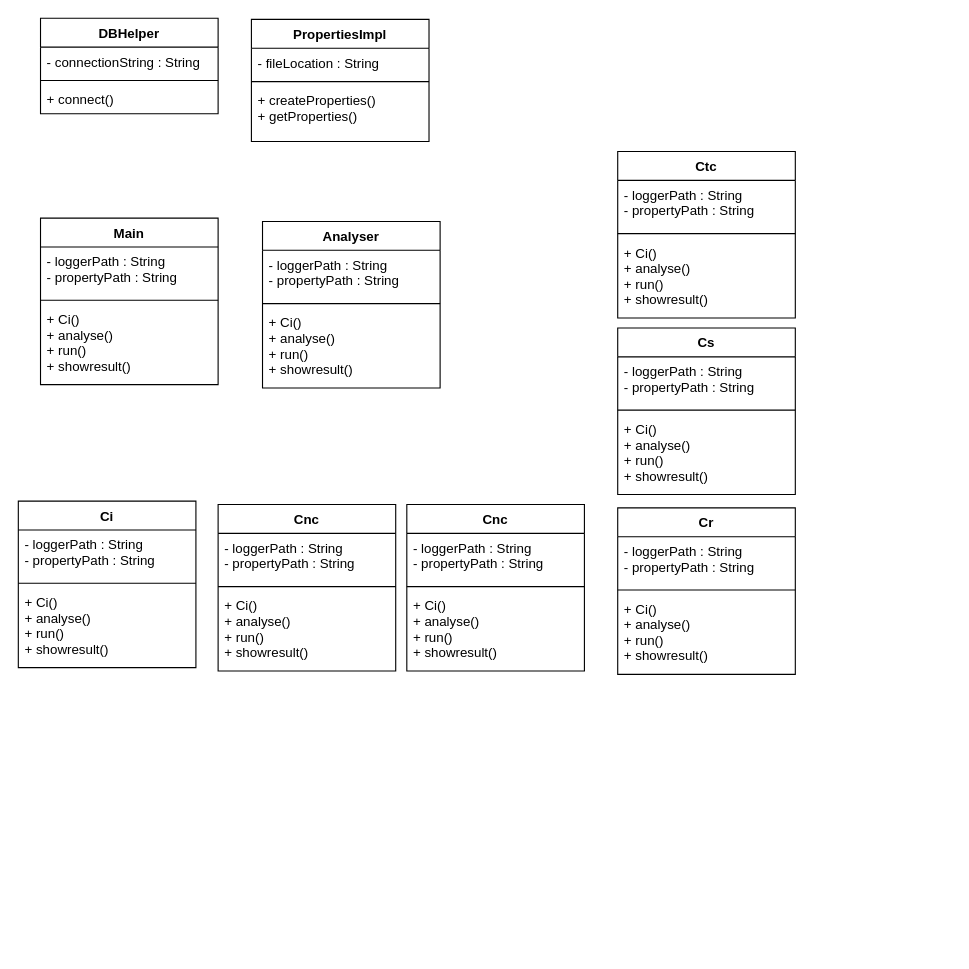
vihangasankalpa220/Complexity-Measuring-Tool keeps this draw.io diagram as documentation/class.drawio. Above is the earlier version. Source tidied: cells renumbered, new cells numbered last; positions are measured from the earlier drawing's top-left corner, leaving out a move shared by most shapes. Both pictures are drawn from the tidied source at 111%, with x=0, y=0 at pixel (18, 18).
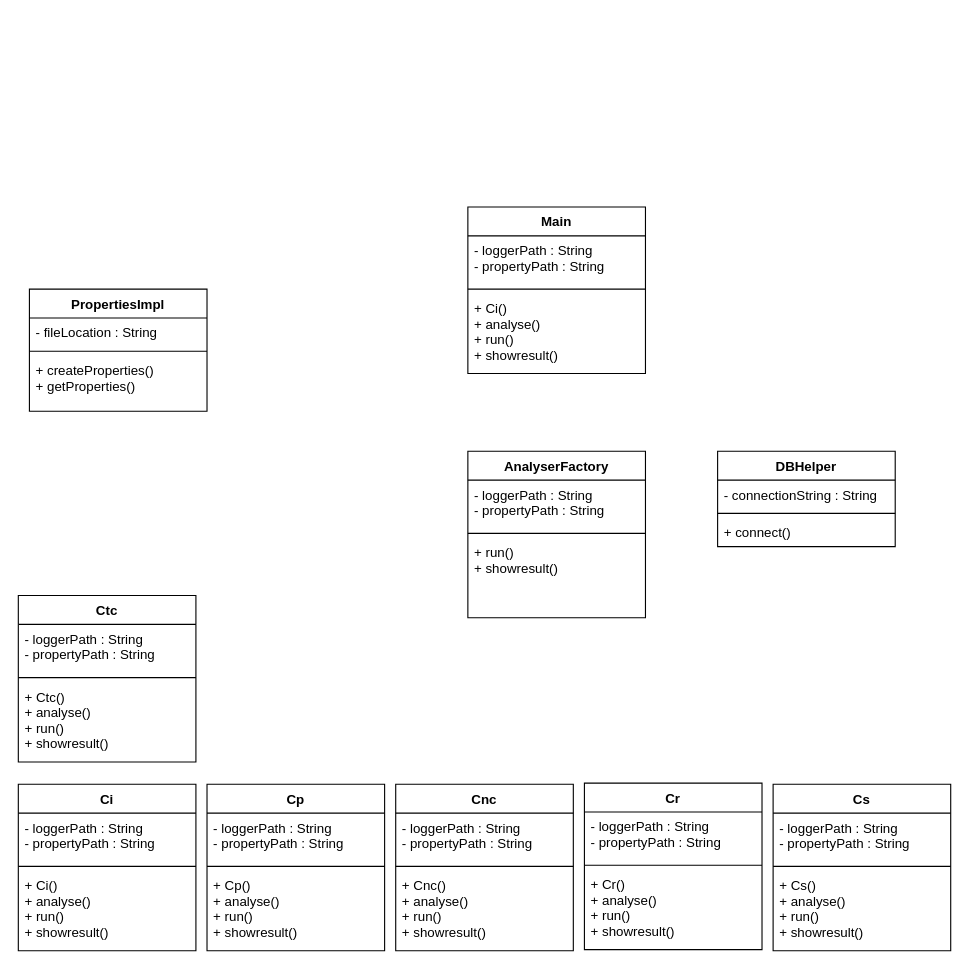
After the change.

What changed in the source:
```diff
@@
     <mxCell id="2" value="DBHelper" style="swimlane;fontStyle=1;align=center;verticalAlign=top;horizontal=1;startSize=26;" parent="1" vertex="1">
-      <mxGeometry x="20" width="160" height="86" as="geometry" />
+      <mxGeometry x="630" y="390" width="160" height="86" as="geometry" />
     </mxCell>
@@
     <mxCell id="6" value="PropertiesImpl" style="swimlane;fontStyle=1;align=center;verticalAlign=top;horizontal=1;startSize=26;" parent="1" vertex="1">
-      <mxGeometry x="210" y="1" width="160" height="110" as="geometry" />
+      <mxGeometry x="10" y="244" width="160" height="110" as="geometry" />
     </mxCell>
@@
     <mxCell id="10" value="Ci" style="swimlane;fontStyle=1;align=center;verticalAlign=top;horizontal=1;startSize=26;" parent="1" vertex="1">
-      <mxGeometry y="435" width="160" height="150" as="geometry" />
+      <mxGeometry y="690" width="160" height="150" as="geometry" />
     </mxCell>
@@
-    <mxCell id="14" value="Cnc" style="swimlane;fontStyle=1;align=center;verticalAlign=top;horizontal=1;startSize=26;" parent="1" vertex="1">
-      <mxGeometry x="180" y="438" width="160" height="150" as="geometry" />
+    <mxCell id="14" value="Cp" style="swimlane;fontStyle=1;align=center;verticalAlign=top;horizontal=1;startSize=26;" parent="1" vertex="1">
+      <mxGeometry x="170" y="690" width="160" height="150" as="geometry" />
     </mxCell>
@@
-    <mxCell id="17" value="+ Ci()&#10;+ analyse()&#10;+ run()&#10;+ showresult()" style="text;strokeColor=none;fillColor=none;align=left;verticalAlign=top;spacingLeft=4;spacingRight=4;overflow=hidden;" parent="14" vertex="1">
+    <mxCell id="17" value="+ Cp()&#10;+ analyse()&#10;+ run()&#10;+ showresult()" style="text;strokeColor=none;fillColor=none;align=left;verticalAlign=top;spacingLeft=4;spacingRight=4;overflow=hidden;" parent="14" vertex="1">
       <mxGeometry y="78" width="160" height="72" as="geometry" />
     </mxCell>
     <mxCell id="18" value="Cnc" style="swimlane;fontStyle=1;align=center;verticalAlign=top;horizontal=1;startSize=26;" parent="1" vertex="1">
-      <mxGeometry x="350" y="438" width="160" height="150" as="geometry" />
+      <mxGeometry x="340" y="690" width="160" height="150" as="geometry" />
     </mxCell>
@@
-    <mxCell id="21" value="+ Ci()&#10;+ analyse()&#10;+ run()&#10;+ showresult()" style="text;strokeColor=none;fillColor=none;align=left;verticalAlign=top;spacingLeft=4;spacingRight=4;overflow=hidden;" parent="18" vertex="1">
+    <mxCell id="21" value="+ Cnc()&#10;+ analyse()&#10;+ run()&#10;+ showresult()" style="text;strokeColor=none;fillColor=none;align=left;verticalAlign=top;spacingLeft=4;spacingRight=4;overflow=hidden;" parent="18" vertex="1">
       <mxGeometry y="78" width="160" height="72" as="geometry" />
     </mxCell>
     <mxCell id="22" value="Cr" style="swimlane;fontStyle=1;align=center;verticalAlign=top;horizontal=1;startSize=26;" parent="1" vertex="1">
-      <mxGeometry x="540" y="441" width="160" height="150" as="geometry" />
+      <mxGeometry x="510" y="689" width="160" height="150" as="geometry" />
     </mxCell>
@@
-    <mxCell id="25" value="+ Ci()&#10;+ analyse()&#10;+ run()&#10;+ showresult()" style="text;strokeColor=none;fillColor=none;align=left;verticalAlign=top;spacingLeft=4;spacingRight=4;overflow=hidden;" parent="22" vertex="1">
+    <mxCell id="25" value="+ Cr()&#10;+ analyse()&#10;+ run()&#10;+ showresult()" style="text;strokeColor=none;fillColor=none;align=left;verticalAlign=top;spacingLeft=4;spacingRight=4;overflow=hidden;" parent="22" vertex="1">
       <mxGeometry y="78" width="160" height="72" as="geometry" />
     </mxCell>
     <mxCell id="26" value="Cs" style="swimlane;fontStyle=1;align=center;verticalAlign=top;horizontal=1;startSize=26;" parent="1" vertex="1">
-      <mxGeometry x="540" y="279" width="160" height="150" as="geometry" />
+      <mxGeometry x="680" y="690" width="160" height="150" as="geometry" />
     </mxCell>
@@
-    <mxCell id="29" value="+ Ci()&#10;+ analyse()&#10;+ run()&#10;+ showresult()" style="text;strokeColor=none;fillColor=none;align=left;verticalAlign=top;spacingLeft=4;spacingRight=4;overflow=hidden;" parent="26" vertex="1">
+    <mxCell id="29" value="+ Cs()&#10;+ analyse()&#10;+ run()&#10;+ showresult()" style="text;strokeColor=none;fillColor=none;align=left;verticalAlign=top;spacingLeft=4;spacingRight=4;overflow=hidden;" parent="26" vertex="1">
       <mxGeometry y="78" width="160" height="72" as="geometry" />
     </mxCell>
     <mxCell id="30" value="Ctc" style="swimlane;fontStyle=1;align=center;verticalAlign=top;horizontal=1;startSize=26;" parent="1" vertex="1">
-      <mxGeometry x="540" y="120" width="160" height="150" as="geometry" />
+      <mxGeometry y="520" width="160" height="150" as="geometry" />
     </mxCell>
@@
-    <mxCell id="33" value="+ Ci()&#10;+ analyse()&#10;+ run()&#10;+ showresult()" style="text;strokeColor=none;fillColor=none;align=left;verticalAlign=top;spacingLeft=4;spacingRight=4;overflow=hidden;" parent="30" vertex="1">
+    <mxCell id="33" value="+ Ctc()&#10;+ analyse()&#10;+ run()&#10;+ showresult()" style="text;strokeColor=none;fillColor=none;align=left;verticalAlign=top;spacingLeft=4;spacingRight=4;overflow=hidden;" parent="30" vertex="1">
       <mxGeometry y="78" width="160" height="72" as="geometry" />
     </mxCell>
     <mxCell id="34" value="Main" style="swimlane;fontStyle=1;align=center;verticalAlign=top;horizontal=1;startSize=26;" parent="1" vertex="1">
-      <mxGeometry x="20" y="180" width="160" height="150" as="geometry" />
+      <mxGeometry x="405" y="170" width="160" height="150" as="geometry" />
     </mxCell>
@@
-    <mxCell id="38" value="Analyser" style="swimlane;fontStyle=1;align=center;verticalAlign=top;horizontal=1;startSize=26;" parent="1" vertex="1">
-      <mxGeometry x="220" y="183" width="160" height="150" as="geometry" />
+    <mxCell id="38" value="AnalyserFactory" style="swimlane;fontStyle=1;align=center;verticalAlign=top;horizontal=1;startSize=26;" parent="1" vertex="1">
+      <mxGeometry x="405" y="390" width="160" height="150" as="geometry" />
     </mxCell>
@@
-    <mxCell id="41" value="+ Ci()&#10;+ analyse()&#10;+ run()&#10;+ showresult()" style="text;strokeColor=none;fillColor=none;align=left;verticalAlign=top;spacingLeft=4;spacingRight=4;overflow=hidden;" parent="38" vertex="1">
+    <mxCell id="41" value="+ run()&#10;+ showresult()" style="text;strokeColor=none;fillColor=none;align=left;verticalAlign=top;spacingLeft=4;spacingRight=4;overflow=hidden;" parent="38" vertex="1">
       <mxGeometry y="78" width="160" height="72" as="geometry" />
     </mxCell>
```
